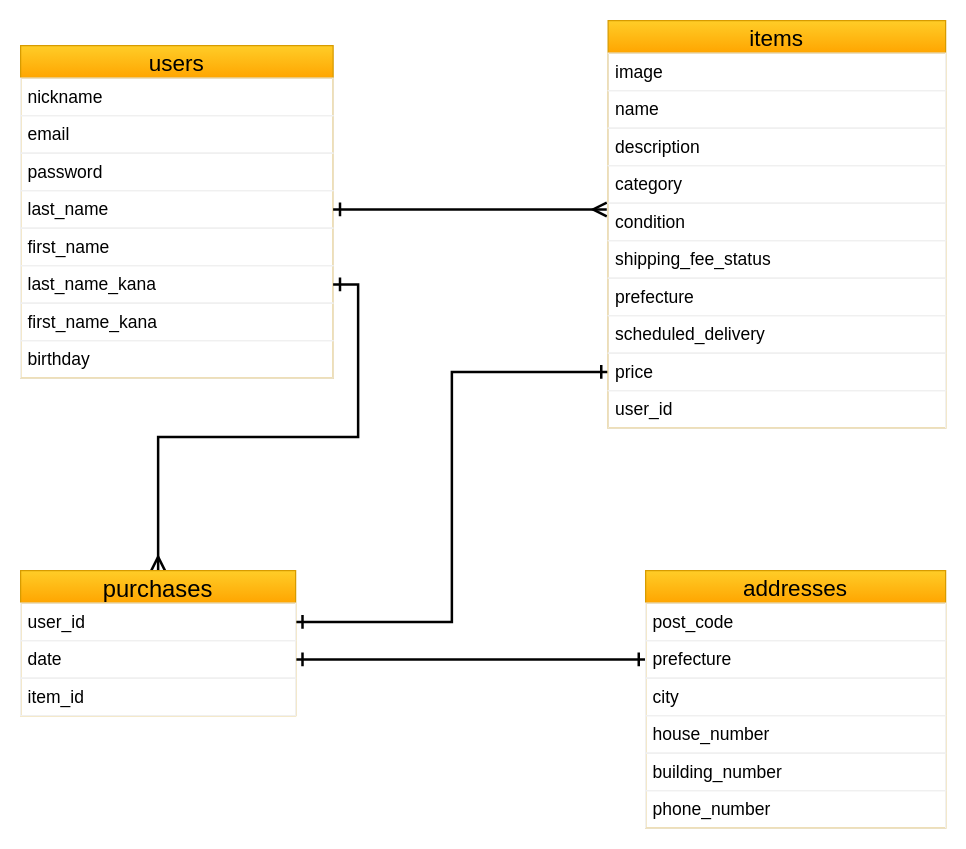
Before: furima.dio in maruchan1381/furima-29607, a draw.io diagram. Source tidied: cells renumbered, new cells numbered last; positions are measured from the earlier drawing's top-left corner, leaving out a move shared by most shapes. Both pictures are drawn from the tidied source at 125%, with x=0, y=0 at pixel (20, 20).
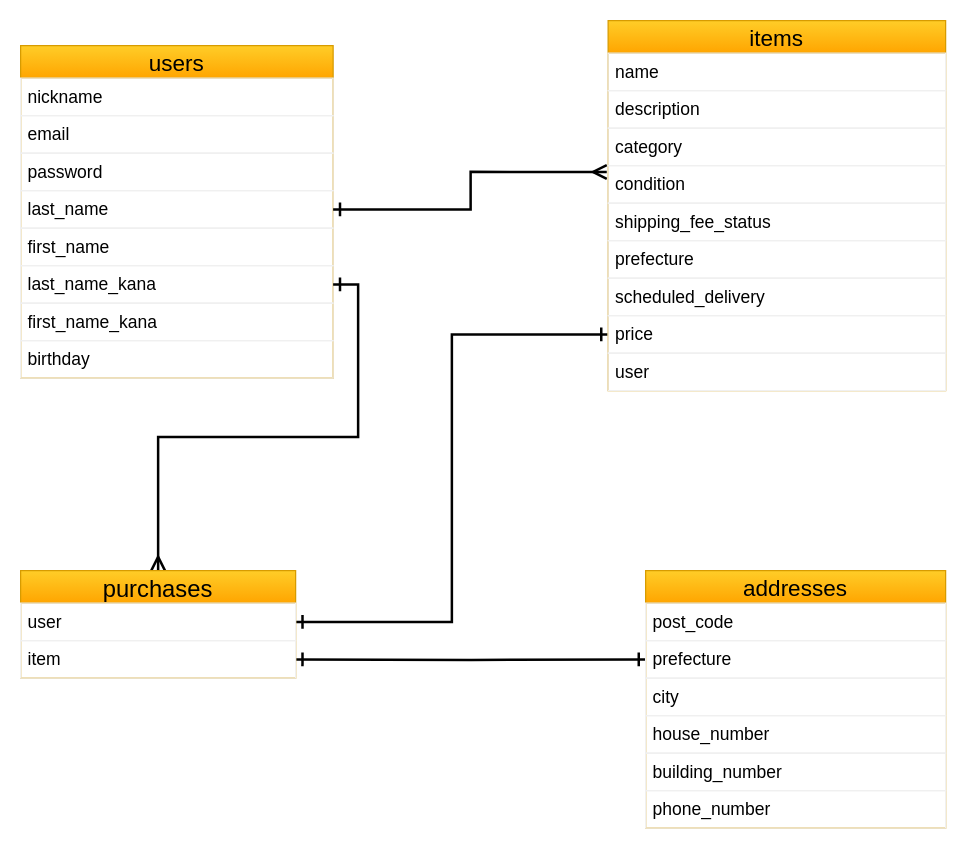
The same page after the edit.

Commit message (it also covers changes not shown here):
データベース設計修正

Unchanged cells that the change refers to:
```xml
<mxCell id="32" value="prefecture" style="text;fillColor=none;spacingLeft=4;spacingRight=4;overflow=hidden;points=[[0,0.5],[1,0.5]];portConstraint=eastwest;fontSize=14;strokeColor=#f0f0f0;" parent="30" vertex="1">
  <mxGeometry y="56" width="240" height="30" as="geometry" />
</mxCell>
```

Change to the diagram source:
```diff
@@
-    <mxCell id="12" style="edgeStyle=orthogonalEdgeStyle;rounded=0;jettySize=auto;html=1;exitX=1;exitY=0.5;exitDx=0;exitDy=0;entryX=0;entryY=0.5;entryDx=0;entryDy=0;endArrow=ERone;endFill=0;fontColor=#000000;strokeWidth=2;endSize=8;startSize=8;startArrow=ERone;startFill=0;" parent="1" edge="1" source="28" target="32">
-      <mxGeometry relative="1" as="geometry" />
+    <mxCell id="12" style="edgeStyle=orthogonalEdgeStyle;rounded=0;jettySize=auto;html=1;exitX=1;exitY=0.5;exitDx=0;exitDy=0;entryX=0;entryY=0.5;entryDx=0;entryDy=0;endArrow=ERone;endFill=0;fontColor=#000000;strokeWidth=2;endSize=8;startSize=8;startArrow=ERone;startFill=0;" parent="1" edge="1" target="32">
+      <mxGeometry relative="1" as="geometry">
+        <mxPoint x="220" y="511" as="sourcePoint" />
+      </mxGeometry>
     </mxCell>
@@
     <mxCell id="15" value="items" style="swimlane;fontStyle=0;horizontal=1;startSize=26;align=center;fontSize=18;gradientColor=#ffa500;fillColor=#ffcd28;strokeColor=#d79b00;" parent="1" vertex="1">
-      <mxGeometry x="470" width="270" height="326" as="geometry" />
+      <mxGeometry x="470" width="270" height="296" as="geometry" />
     </mxCell>
-    <mxCell id="16" value="image" style="text;fillColor=none;spacingLeft=4;spacingRight=4;overflow=hidden;fontSize=14;strokeColor=#f0f0f0;" parent="15" vertex="1">
-      <mxGeometry y="26" width="270" height="30" as="geometry" />
-    </mxCell>
     <mxCell id="17" value="name" style="text;fillColor=none;spacingLeft=4;spacingRight=4;overflow=hidden;fontSize=14;strokeColor=#f0f0f0;" parent="15" vertex="1">
-      <mxGeometry y="56" width="270" height="30" as="geometry" />
+      <mxGeometry y="26" width="270" height="30" as="geometry" />
     </mxCell>
     <mxCell id="18" value="description" style="text;fillColor=none;spacingLeft=4;spacingRight=4;overflow=hidden;fontSize=14;strokeColor=#f0f0f0;" parent="15" vertex="1">
-      <mxGeometry y="86" width="270" height="30" as="geometry" />
+      <mxGeometry y="56" width="270" height="30" as="geometry" />
     </mxCell>
     <mxCell id="19" value="category" style="text;fillColor=none;spacingLeft=4;spacingRight=4;overflow=hidden;fontSize=14;strokeColor=#f0f0f0;" parent="15" vertex="1">
-      <mxGeometry y="116" width="270" height="30" as="geometry" />
+      <mxGeometry y="86" width="270" height="30" as="geometry" />
     </mxCell>
     <mxCell id="20" value="condition" style="text;fillColor=none;spacingLeft=4;spacingRight=4;overflow=hidden;points=[[0,0.5],[1,0.5]];portConstraint=eastwest;fontSize=14;strokeColor=#f0f0f0;" parent="15" vertex="1">
-      <mxGeometry y="146" width="270" height="30" as="geometry" />
+      <mxGeometry y="116" width="270" height="30" as="geometry" />
     </mxCell>
     <mxCell id="21" value="shipping_fee_status" style="text;fillColor=none;spacingLeft=4;spacingRight=4;overflow=hidden;fontSize=14;strokeColor=#f0f0f0;" parent="15" vertex="1">
-      <mxGeometry y="176" width="270" height="30" as="geometry" />
+      <mxGeometry y="146" width="270" height="30" as="geometry" />
     </mxCell>
     <mxCell id="22" value="prefecture" style="text;fillColor=none;spacingLeft=4;spacingRight=4;overflow=hidden;fontSize=14;strokeColor=#f0f0f0;" parent="15" vertex="1">
-      <mxGeometry y="206" width="270" height="30" as="geometry" />
+      <mxGeometry y="176" width="270" height="30" as="geometry" />
     </mxCell>
     <mxCell id="23" value="scheduled_delivery" style="text;fillColor=none;spacingLeft=4;spacingRight=4;overflow=hidden;fontSize=14;strokeColor=#f0f0f0;" parent="15" vertex="1">
-      <mxGeometry y="236" width="270" height="30" as="geometry" />
+      <mxGeometry y="206" width="270" height="30" as="geometry" />
     </mxCell>
     <mxCell id="24" value="price" style="text;fillColor=none;spacingLeft=4;spacingRight=4;overflow=hidden;points=[[0,0.5],[1,0.5]];portConstraint=eastwest;fontSize=14;strokeColor=#f0f0f0;" parent="15" vertex="1">
-      <mxGeometry y="266" width="270" height="30" as="geometry" />
+      <mxGeometry y="236" width="270" height="30" as="geometry" />
     </mxCell>
-    <mxCell id="25" value="user_id" style="text;fillColor=none;spacingLeft=4;spacingRight=4;overflow=hidden;fontSize=14;strokeColor=#f0f0f0;" parent="15" vertex="1">
-      <mxGeometry y="296" width="270" height="30" as="geometry" />
+    <mxCell id="25" value="user" style="text;fillColor=none;spacingLeft=4;spacingRight=4;overflow=hidden;fontSize=14;strokeColor=#f0f0f0;" parent="15" vertex="1">
+      <mxGeometry y="266" width="270" height="30" as="geometry" />
     </mxCell>
     <mxCell id="26" value="purchases" style="swimlane;fontStyle=0;horizontal=1;startSize=26;align=center;fontSize=19;gradientColor=#ffa500;fillColor=#ffcd28;strokeColor=#d79b00;" parent="1" vertex="1">
-      <mxGeometry y="440" width="220" height="116" as="geometry" />
+      <mxGeometry y="440" width="220" height="86" as="geometry" />
     </mxCell>
-    <mxCell id="27" value="user_id" style="text;fillColor=none;spacingLeft=4;spacingRight=4;overflow=hidden;points=[[0,0.5],[1,0.5]];portConstraint=eastwest;fontSize=14;strokeColor=#f0f0f0;" parent="26" vertex="1">
+    <mxCell id="27" value="user" style="text;fillColor=none;spacingLeft=4;spacingRight=4;overflow=hidden;points=[[0,0.5],[1,0.5]];portConstraint=eastwest;fontSize=14;strokeColor=#f0f0f0;" parent="26" vertex="1">
       <mxGeometry y="26" width="220" height="30" as="geometry" />
     </mxCell>
-    <mxCell id="28" value="date" style="text;fillColor=none;spacingLeft=4;spacingRight=4;overflow=hidden;points=[[0,0.5],[1,0.5]];portConstraint=eastwest;fontSize=14;strokeColor=#f0f0f0;" parent="26" vertex="1">
-      <mxGeometry y="56" width="220" height="30" as="geometry" />
-    </mxCell>
-    <mxCell id="29" value="item_id" style="text;fillColor=none;spacingLeft=4;spacingRight=4;overflow=hidden;fontSize=14;strokeColor=#f0f0f0;" parent="26" vertex="1">
-      <mxGeometry y="86" width="220" height="30" as="geometry" />
+    <mxCell id="29" value="item" style="text;fillColor=none;spacingLeft=4;spacingRight=4;overflow=hidden;fontSize=14;strokeColor=#f0f0f0;" parent="26" vertex="1">
+      <mxGeometry y="56" width="220" height="30" as="geometry" />
     </mxCell>
```
